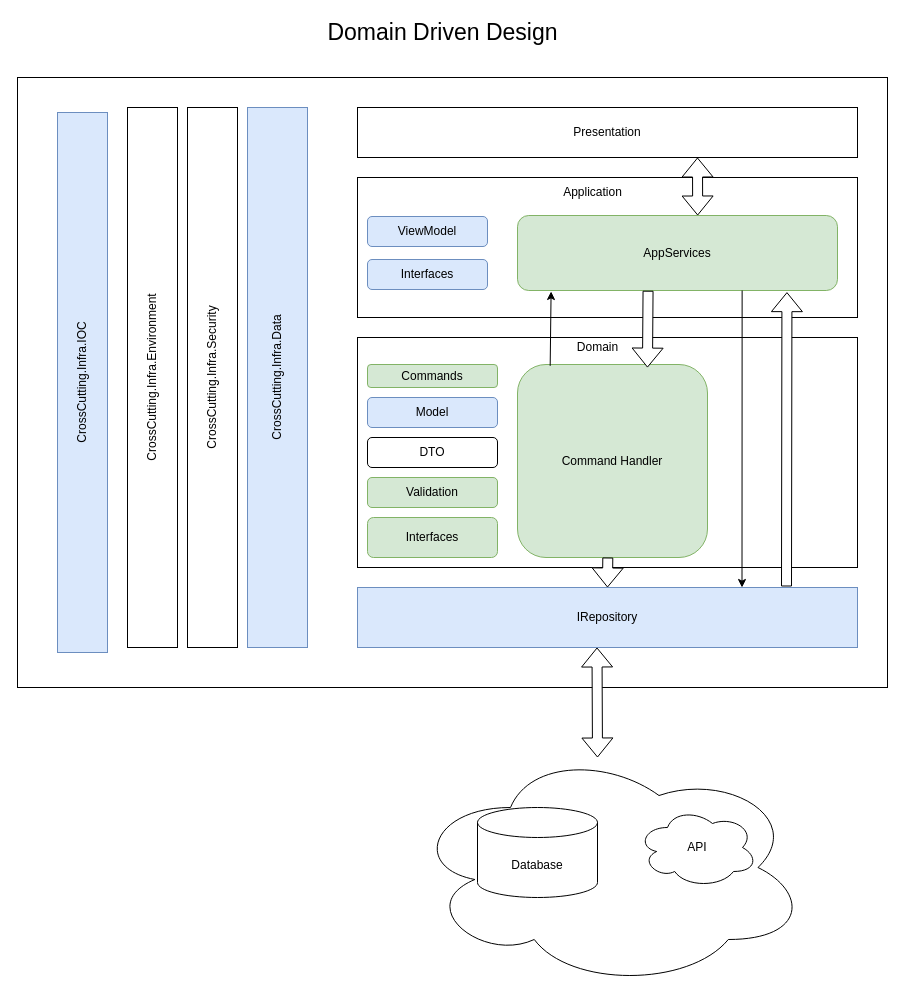
Above: page "DDD" (6 of 9) of docs/Documentation.drawio in jairodemelo/APITest (draw.io), before the change. Source tidied: cells renumbered, new cells numbered last; positions are measured from the earlier drawing's top-left corner, leaving out a move shared by most shapes. Both pictures are drawn from the tidied source at 100%, with x=0, y=0 at pixel (17, 17).
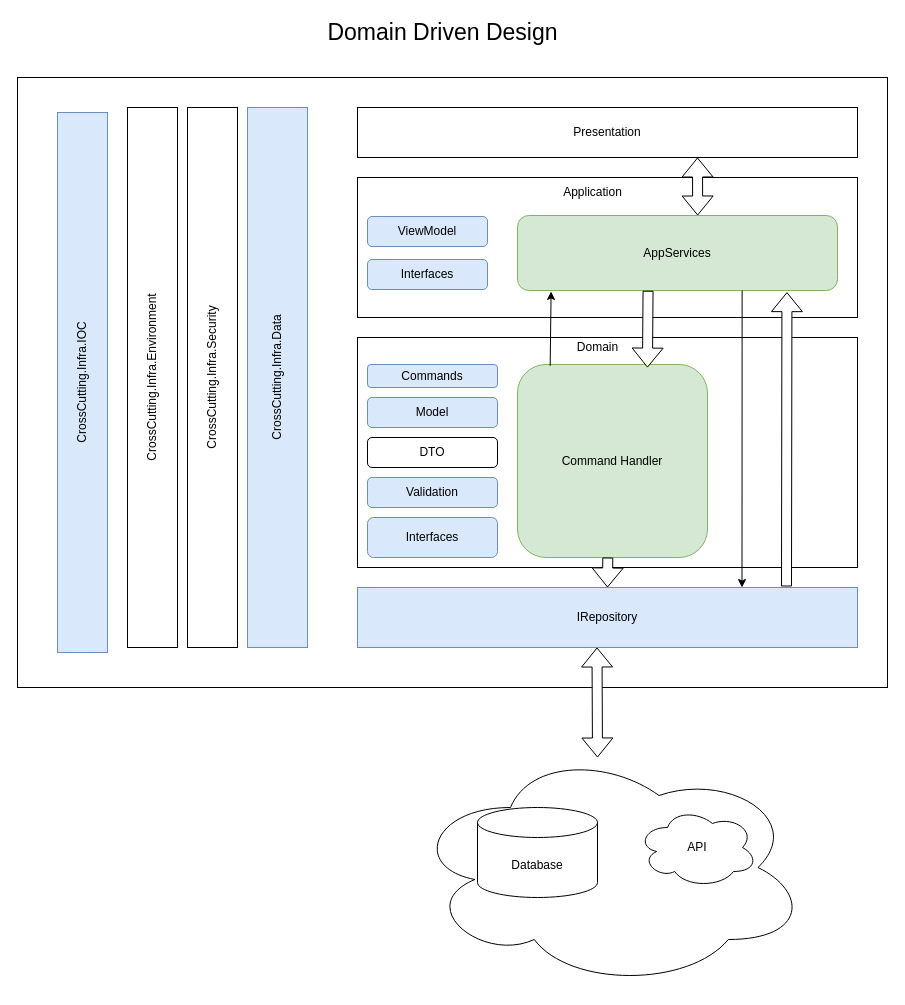
Above is the later version.

Commit message (it also covers changes not shown here):
Commands and Validation Classes

The edit, as a diff of the source:
```diff
@@
-    <mxCell id="17" value="Commands" style="rounded=1;whiteSpace=wrap;html=1;fontSize=12;fillColor=#d5e8d4;strokeColor=#82b366;" parent="1" vertex="1">
+    <mxCell id="17" value="Commands" style="rounded=1;whiteSpace=wrap;html=1;fontSize=12;fillColor=#dae8fc;strokeColor=#6c8ebf;" parent="1" vertex="1">
       <mxGeometry x="350" y="347" width="130" height="23" as="geometry" />
     </mxCell>
-    <mxCell id="18" value="Validation" style="rounded=1;whiteSpace=wrap;html=1;fontSize=12;fillColor=#d5e8d4;strokeColor=#82b366;" parent="1" vertex="1">
+    <mxCell id="18" value="Validation" style="rounded=1;whiteSpace=wrap;html=1;fontSize=12;fillColor=#dae8fc;strokeColor=#6c8ebf;" parent="1" vertex="1">
       <mxGeometry x="350" y="460" width="130" height="30" as="geometry" />
     </mxCell>
-    <mxCell id="19" value="Interfaces" style="rounded=1;whiteSpace=wrap;html=1;fontSize=12;fillColor=#d5e8d4;strokeColor=#82b366;" parent="1" vertex="1">
+    <mxCell id="19" value="Interfaces" style="rounded=1;whiteSpace=wrap;html=1;fontSize=12;fillColor=#dae8fc;strokeColor=#6c8ebf;" parent="1" vertex="1">
       <mxGeometry x="350" y="500" width="130" height="40" as="geometry" />
     </mxCell>
```
